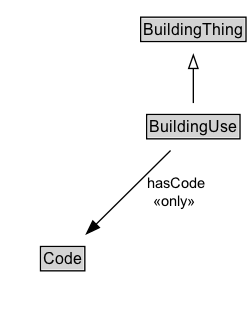
This is docs/diagrams/BuildingUse.dot.png from ISO-TC204/ontology-cdm-p2-v1, a Graphviz export, as it was before one commit. Its source is kept beside it as docs/diagrams/BuildingUse.dot.
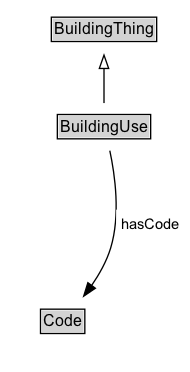
After the change.

Diff of the diagram source:
```diff
@@ -3,18 +3,21 @@
 	node [fontname=Arial fontsize=12 margin=0 shape=none]
 	edge [fontname=Arial fontsize=11]
 	{
+		rank=source
+		BuildingThing [label=<<TABLE BORDER="1" CELLBORDER="0" CELLSPACING="0" CELLPADDING="1"><TR><TD BGCOLOR="lightgray" ALIGN="CENTER">BuildingThing</TD></TR></TABLE>> URL="../BuildingThing" margin=0]
+	}
+	BuildingUse [label=<<TABLE BORDER="1" CELLBORDER="0" CELLSPACING="0" CELLPADDING="1"><TR><TD BGCOLOR="lightgray" ALIGN="CENTER">BuildingUse</TD></TR></TABLE>> URL="../BuildingUse" margin=0]
+	{
 		rank=max
-		BuildingUse [label=<<TABLE BORDER="1" CELLBORDER="0" CELLSPACING="0" CELLPADDING="1"><TR><TD BGCOLOR="lightgray" ALIGN="CENTER" PORT="e">BuildingUse</TD></TR></TABLE>> URL="../BuildingUse.md" margin=0]
 	}
 	subgraph cluster_associated {
 		label="" style=invis
 		Invis [label=<<TABLE BORDER="0" CELLBORDER="0" CELLSPACING="0" CELLPADDING="1"><TR><TD></TD></TR></TABLE>> margin=0 style=invis]
-		Code [label=<<TABLE BORDER="1" CELLBORDER="0" CELLSPACING="0" CELLPADDING="1"><TR><TD BGCOLOR="lightgray" ALIGN="CENTER">Code</TD></TR></TABLE>> URL="../Code.md" margin=0]
+		Code [label=<<TABLE BORDER="1" CELLBORDER="0" CELLSPACING="0" CELLPADDING="1"><TR><TD BGCOLOR="lightgray" ALIGN="CENTER">Code</TD></TR></TABLE>> URL="../Code" margin=0]
 	}
-	BuildingThing [label=<<TABLE BORDER="1" CELLBORDER="0" CELLSPACING="0" CELLPADDING="1"><TR><TD BGCOLOR="lightgray" ALIGN="CENTER">BuildingThing</TD></TR></TABLE>> URL="../BuildingThing.md" margin=0]
 	BuildingUse -> BuildingThing [arrowhead=onormal style=solid]
 	BuildingUse -> Invis [style=invis]
 	Invis -> Code [style=invis]
-	BuildingUse -> Code [label=" hasCode
- «only»  " arrowhead=normal style=solid]
+	Code [label=<<TABLE BORDER="1" CELLBORDER="0" CELLSPACING="0" CELLPADDING="1"><TR><TD BGCOLOR="lightgray" ALIGN="CENTER">Code</TD></TR></TABLE>> URL="../Code" margin=0]
+	BuildingUse -> Code [label=<<TABLE BORDER="0" CELLBORDER="0" CELLSPACING="0" CELLPADDING="4" BGCOLOR="white"><TR><TD ALIGN="CENTER">hasCode</TD></TR></TABLE>> arrowhead=normal style=solid]
 }
```
